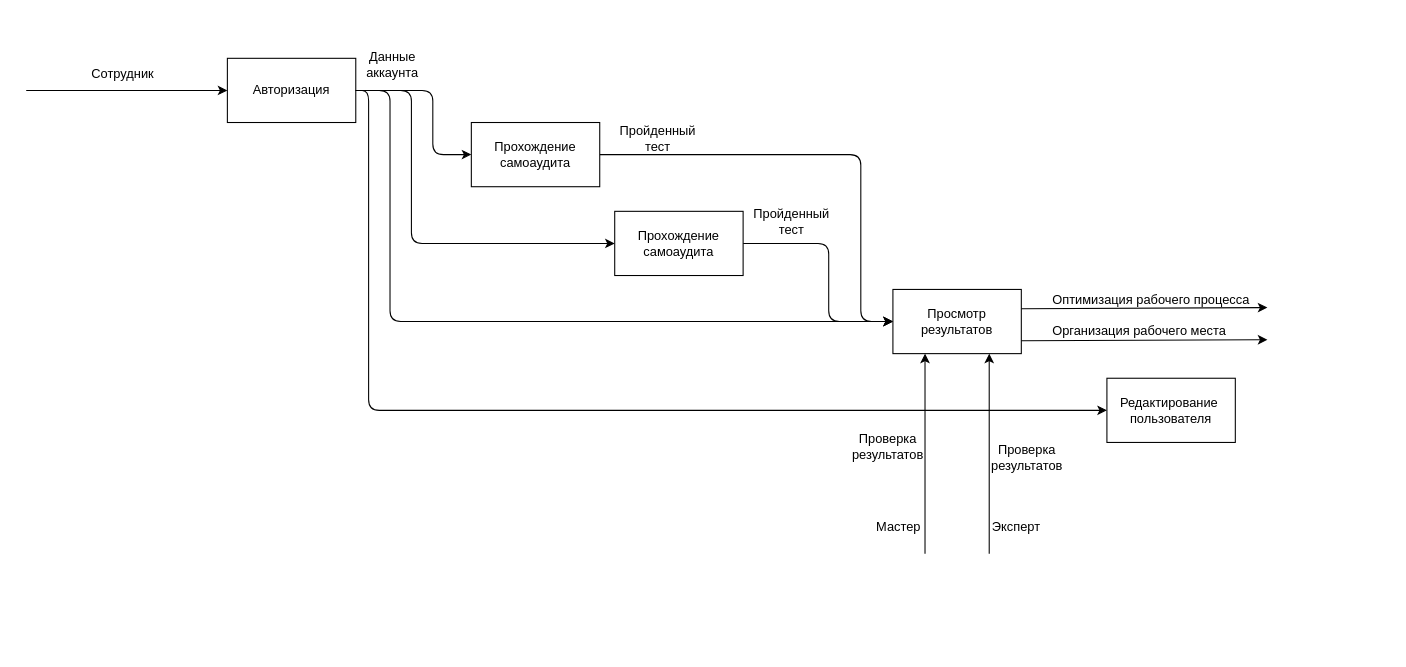
The draw.io diagram page "A!" (4 of 13) of Диплом.drawio in Vlad-Efremovv/kursach, before the edit. Source tidied: cells renumbered, new cells numbered last; positions are measured from the earlier drawing's top-left corner, leaving out a move shared by most shapes. Both pictures are drawn from the tidied source at 107%, with x=0, y=0 at pixel (26, 42).
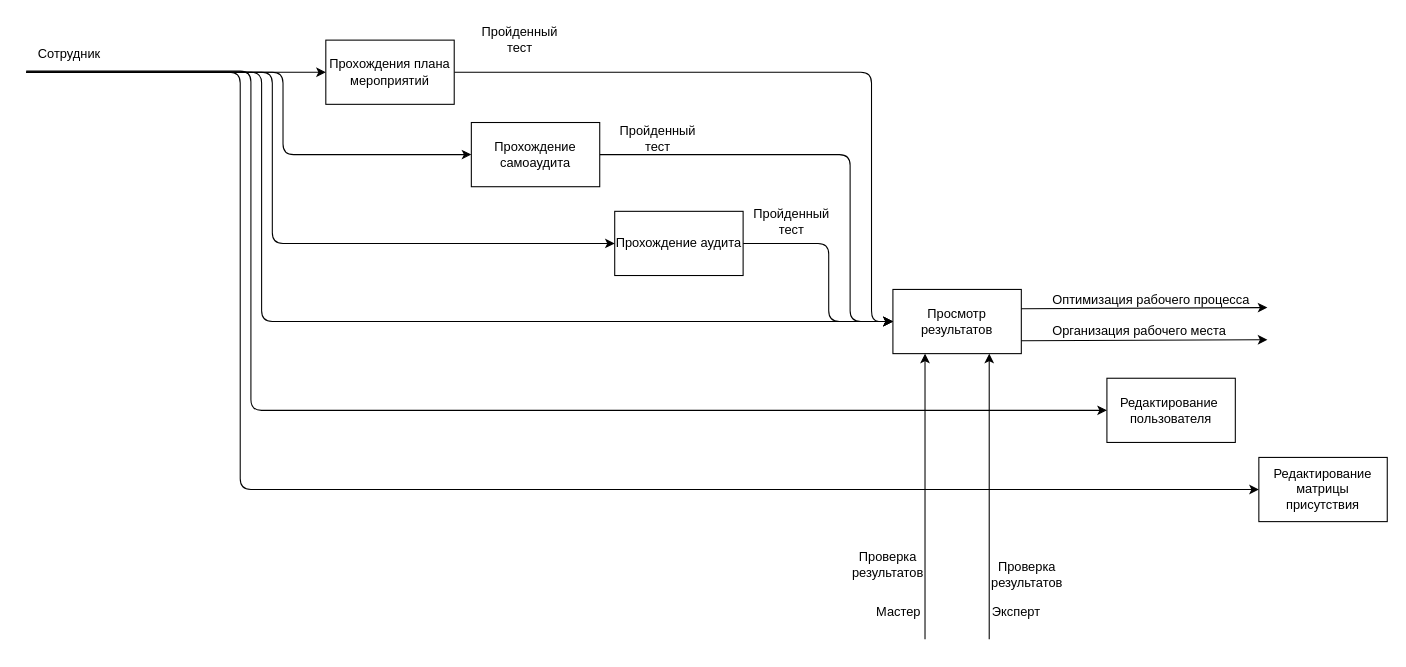
The same page after the edit.

The change refers to these unchanged cells:
```xml
<mxCell id="7" value="Прохождение самоаудита" style="rounded=0;whiteSpace=wrap;html=1;" parent="1" vertex="1">
  <mxGeometry x="416" y="75" width="120" height="60" as="geometry" />
</mxCell>
<mxCell id="12" value="Просмотр результатов" style="rounded=0;whiteSpace=wrap;html=1;" parent="1" vertex="1">
  <mxGeometry x="810" y="231" width="120" height="60" as="geometry" />
</mxCell>
<mxCell id="14" value="Редактирование&amp;nbsp;&lt;div&gt;пользователя&lt;/div&gt;" style="rounded=0;whiteSpace=wrap;html=1;" parent="1" vertex="1">
  <mxGeometry x="1010" y="314" width="120" height="60" as="geometry" />
</mxCell>
```

Change to the diagram source:
```diff
@@
-    <mxCell id="2" value="Авторизация" style="rounded=0;whiteSpace=wrap;html=1;" parent="1" vertex="1">
-      <mxGeometry x="188" y="15" width="120" height="60" as="geometry" />
-    </mxCell>
-    <mxCell id="3" style="endArrow=classic;html=1;rounded=0;entryX=0;entryY=0.5;entryDx=0;entryDy=0;" parent="1" edge="1" target="2">
-      <mxGeometry relative="1" as="geometry">
-        <mxPoint y="45" as="sourcePoint" />
-      </mxGeometry>
-    </mxCell>
-    <mxCell id="4" value="Данные&lt;div&gt;аккаунта&lt;/div&gt;" style="text;html=1;align=center;verticalAlign=middle;strokeColor=none;fillColor=none;rounded=0;" parent="1" vertex="1">
-      <mxGeometry x="308" y="0.5" width="67" height="41" as="geometry" />
-    </mxCell>
-    <mxCell id="5" style="edgeStyle=orthogonalEdgeStyle;rounded=1;jettySize=auto;html=1;curved=0;startArrow=classic;startFill=1;endArrow=none;endFill=0;" parent="1" edge="1" source="7" target="2">
-      <mxGeometry relative="1" as="geometry">
-        <Array as="points">
-          <mxPoint x="380" y="105" />
-          <mxPoint x="380" y="45" />
-        </Array>
-      </mxGeometry>
-    </mxCell>
     <mxCell id="6" style="edgeStyle=orthogonalEdgeStyle;rounded=1;jettySize=auto;html=1;entryX=0;entryY=0.5;entryDx=0;entryDy=0;curved=0;" parent="1" edge="1" source="7" target="12">
       <mxGeometry relative="1" as="geometry">
         <Array as="points">
-          <mxPoint x="780" y="105" />
-          <mxPoint x="780" y="261" />
+          <mxPoint x="770" y="105" />
+          <mxPoint x="770" y="261" />
         </Array>
       </mxGeometry>
     </mxCell>
@@
-    <mxCell id="8" style="edgeStyle=orthogonalEdgeStyle;rounded=1;jettySize=auto;html=1;entryX=1;entryY=0.5;entryDx=0;entryDy=0;curved=0;startArrow=classic;startFill=1;endArrow=none;endFill=0;exitX=0;exitY=0.5;exitDx=0;exitDy=0;" parent="1" edge="1" source="10" target="2">
-      <mxGeometry relative="1" as="geometry">
-        <Array as="points">
-          <mxPoint x="360" y="188" />
-          <mxPoint x="360" y="45" />
-        </Array>
-      </mxGeometry>
-    </mxCell>
@@
-    <mxCell id="10" value="Прохождение самоаудита" style="rounded=0;whiteSpace=wrap;html=1;" parent="1" vertex="1">
+    <mxCell id="10" value="Прохождение аудита" style="rounded=0;whiteSpace=wrap;html=1;" parent="1" vertex="1">
       <mxGeometry x="550" y="158" width="120" height="60" as="geometry" />
     </mxCell>
-    <mxCell id="11" style="edgeStyle=orthogonalEdgeStyle;rounded=1;jettySize=auto;html=1;entryX=1;entryY=0.5;entryDx=0;entryDy=0;curved=0;startArrow=classic;startFill=1;endArrow=none;endFill=0;exitX=0;exitY=0.5;exitDx=0;exitDy=0;" parent="1" edge="1" source="12" target="2">
-      <mxGeometry relative="1" as="geometry">
-        <Array as="points">
-          <mxPoint x="340" y="261" />
-          <mxPoint x="340" y="45" />
-        </Array>
-      </mxGeometry>
-    </mxCell>
@@
-    <mxCell id="13" style="edgeStyle=orthogonalEdgeStyle;rounded=1;jettySize=auto;html=1;entryX=1;entryY=0.5;entryDx=0;entryDy=0;curved=0;startArrow=classic;startFill=1;endArrow=none;endFill=0;exitX=0;exitY=0.5;exitDx=0;exitDy=0;" parent="1" edge="1" source="14" target="2">
-      <mxGeometry relative="1" as="geometry">
-        <Array as="points">
-          <mxPoint x="320" y="344" />
-          <mxPoint x="320" y="45" />
-        </Array>
-      </mxGeometry>
-    </mxCell>
@@
-    <mxCell id="21" value="Сотрудник" style="text;html=1;align=center;verticalAlign=middle;strokeColor=none;fillColor=none;" parent="1" vertex="1">
-      <mxGeometry x="50" y="15" width="80" height="30" as="geometry" />
-    </mxCell>
     <mxCell id="22" style="endArrow=classic;html=1;rounded=0;entryX=0.75;entryY=1;entryDx=0;entryDy=0;" parent="1" edge="1" target="12">
       <mxGeometry relative="1" as="geometry">
-        <mxPoint x="900" y="478" as="sourcePoint" />
+        <mxPoint x="900" y="558" as="sourcePoint" />
       </mxGeometry>
     </mxCell>
     <mxCell id="23" value="Эксперт" style="text;html=1;align=center;verticalAlign=middle;strokeColor=none;fillColor=none;" parent="1" vertex="1">
-      <mxGeometry x="890" y="438" width="70" height="30" as="geometry" />
+      <mxGeometry x="890" y="518" width="70" height="30" as="geometry" />
     </mxCell>
     <mxCell id="24" style="endArrow=classic;html=1;rounded=0;entryX=0.25;entryY=1;entryDx=0;entryDy=0;" parent="1" edge="1" target="12">
       <mxGeometry relative="1" as="geometry">
-        <mxPoint x="840" y="478" as="sourcePoint" />
+        <mxPoint x="840" y="558" as="sourcePoint" />
       </mxGeometry>
     </mxCell>
     <mxCell id="25" value="Мастер" style="text;html=1;align=center;verticalAlign=middle;strokeColor=none;fillColor=none;" parent="1" vertex="1">
-      <mxGeometry x="780" y="438" width="70" height="30" as="geometry" />
+      <mxGeometry x="780" y="518" width="70" height="30" as="geometry" />
     </mxCell>
     <mxCell id="26" value="Проверка&lt;div&gt;результатов&lt;/div&gt;" style="text;html=1;align=center;verticalAlign=middle;strokeColor=none;fillColor=none;" parent="1" vertex="1">
-      <mxGeometry x="760" y="358" width="90" height="40" as="geometry" />
+      <mxGeometry x="760" y="468" width="90" height="40" as="geometry" />
     </mxCell>
     <mxCell id="27" value="Проверка&lt;div&gt;результатов&lt;/div&gt;" style="text;html=1;align=center;verticalAlign=middle;strokeColor=none;fillColor=none;" parent="1" vertex="1">
-      <mxGeometry x="890" y="368" width="90" height="40" as="geometry" />
+      <mxGeometry x="890" y="478" width="90" height="40" as="geometry" />
     </mxCell>
+    <mxCell id="28" style="edgeStyle=orthogonalEdgeStyle;rounded=1;jettySize=auto;html=1;entryX=0;entryY=0.5;entryDx=0;entryDy=0;curved=0;" parent="1" edge="1" source="29" target="12">
+      <mxGeometry relative="1" as="geometry">
+        <Array as="points">
+          <mxPoint x="790" y="28" />
+          <mxPoint x="790" y="261" />
+        </Array>
+      </mxGeometry>
+    </mxCell>
+    <mxCell id="29" value="Прохождения плана мероприятий" style="rounded=0;whiteSpace=wrap;html=1;" parent="1" vertex="1">
+      <mxGeometry x="280" y="-2" width="120" height="60" as="geometry" />
+    </mxCell>
+    <mxCell id="30" style="edgeStyle=orthogonalEdgeStyle;rounded=1;jettySize=auto;html=1;entryX=0;entryY=0.5;entryDx=0;entryDy=0;curved=0;" parent="1" edge="1" target="14">
+      <mxGeometry relative="1" as="geometry">
+        <mxPoint y="27" as="sourcePoint" />
+        <Array as="points">
+          <mxPoint x="210" y="27" />
+          <mxPoint x="210" y="344" />
+        </Array>
+      </mxGeometry>
+    </mxCell>
+    <mxCell id="31" style="edgeStyle=orthogonalEdgeStyle;rounded=1;jettySize=auto;html=1;entryX=0;entryY=0.5;entryDx=0;entryDy=0;curved=0;" parent="1" edge="1" target="12">
+      <mxGeometry relative="1" as="geometry">
+        <mxPoint y="28" as="sourcePoint" />
+        <Array as="points">
+          <mxPoint y="28" />
+          <mxPoint x="220" y="28" />
+          <mxPoint x="220" y="261" />
+        </Array>
+      </mxGeometry>
+    </mxCell>
+    <mxCell id="32" style="edgeStyle=orthogonalEdgeStyle;rounded=1;jettySize=auto;html=1;entryX=0;entryY=0.5;entryDx=0;entryDy=0;curved=0;" parent="1" edge="1" target="10">
+      <mxGeometry relative="1" as="geometry">
+        <mxPoint y="28" as="sourcePoint" />
+        <Array as="points">
+          <mxPoint x="230" y="28" />
+          <mxPoint x="230" y="188" />
+        </Array>
+      </mxGeometry>
+    </mxCell>
+    <mxCell id="33" style="edgeStyle=orthogonalEdgeStyle;rounded=1;jettySize=auto;html=1;entryX=0;entryY=0.5;entryDx=0;entryDy=0;curved=0;" parent="1" edge="1" target="7">
+      <mxGeometry relative="1" as="geometry">
+        <mxPoint y="28" as="sourcePoint" />
+        <Array as="points">
+          <mxPoint y="28" />
+          <mxPoint x="240" y="28" />
+          <mxPoint x="240" y="105" />
+        </Array>
+      </mxGeometry>
+    </mxCell>
+    <mxCell id="34" style="edgeStyle=orthogonalEdgeStyle;rounded=1;jettySize=auto;html=1;curved=0;entryX=0;entryY=0.5;entryDx=0;entryDy=0;" parent="1" edge="1" target="29">
+      <mxGeometry relative="1" as="geometry">
+        <mxPoint y="28" as="sourcePoint" />
+        <Array as="points">
+          <mxPoint x="270" y="28" />
+        </Array>
+      </mxGeometry>
+    </mxCell>
+    <mxCell id="21" value="Сотрудник" style="text;html=1;align=center;verticalAlign=middle;strokeColor=none;fillColor=none;" parent="1" vertex="1">
+      <mxGeometry y="-4" width="80" height="30" as="geometry" />
+    </mxCell>
+    <mxCell id="35" value="Редактирование матрицы присутствия" style="rounded=0;whiteSpace=wrap;html=1;" parent="1" vertex="1">
+      <mxGeometry x="1152" y="388" width="120" height="60" as="geometry" />
+    </mxCell>
+    <mxCell id="36" style="edgeStyle=orthogonalEdgeStyle;rounded=1;jettySize=auto;html=1;entryX=0;entryY=0.5;entryDx=0;entryDy=0;curved=0;" parent="1" edge="1" target="35">
+      <mxGeometry relative="1" as="geometry">
+        <mxPoint y="28" as="sourcePoint" />
+        <Array as="points">
+          <mxPoint x="10" y="28" />
+          <mxPoint x="200" y="28" />
+          <mxPoint x="200" y="418" />
+        </Array>
+      </mxGeometry>
+    </mxCell>
+    <mxCell id="37" value="Пройденный&lt;div&gt;тест&lt;/div&gt;" style="text;html=1;align=center;verticalAlign=middle;strokeColor=none;fillColor=none;" parent="1" vertex="1">
+      <mxGeometry x="416" y="-22" width="90" height="40" as="geometry" />
+    </mxCell>
```
